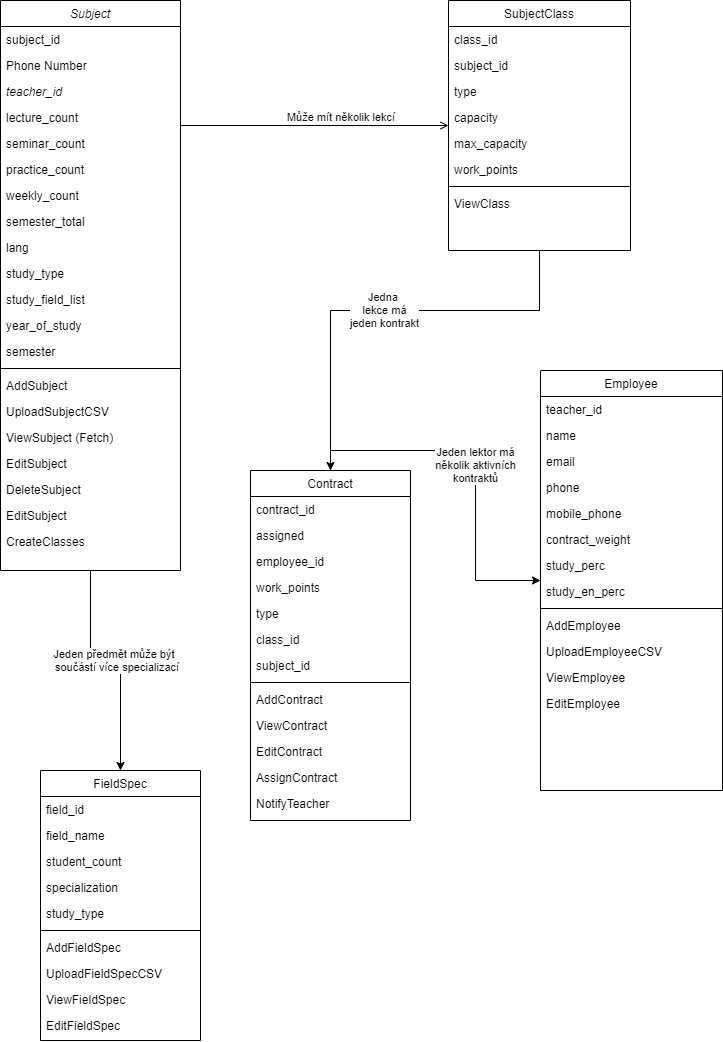
This is preparation/UTBproject.png from zisito/utbpo, a draw.io export, as it was before one commit. Source tidied: cells renumbered, new cells last; positions are measured from the earlier drawing's top-left corner, leaving out a move shared by most shapes.
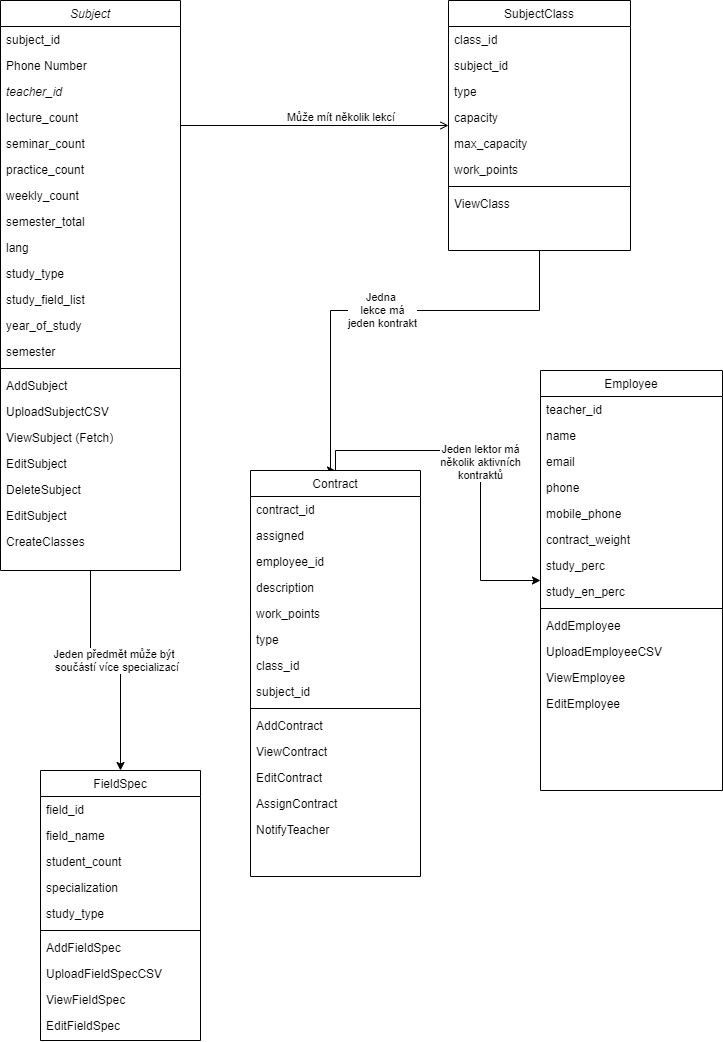
After the change.

What changed in the source:
```diff
@@ -196,46 +196,49 @@
       <mxGeometry y="320" width="182" height="26" as="geometry" />
     </mxCell>
     <mxCell id="63" value="Contract" style="swimlane;fontStyle=0;align=center;verticalAlign=top;horizontal=1;startSize=26;rounded=0;shadow=0;strokeWidth=1;" parent="1" vertex="1">
-      <mxGeometry x="250" y="470" width="160" height="350" as="geometry" />
+      <mxGeometry x="250" y="470" width="170" height="406" as="geometry" />
     </mxCell>
     <mxCell id="64" value="contract_id" style="text;align=left;verticalAlign=top;spacingLeft=4;spacingRight=4;overflow=hidden;" parent="63" vertex="1">
-      <mxGeometry y="26" width="160" height="26" as="geometry" />
+      <mxGeometry y="26" width="170" height="26" as="geometry" />
     </mxCell>
     <mxCell id="65" value="assigned" style="text;align=left;verticalAlign=top;spacingLeft=4;spacingRight=4;overflow=hidden;rounded=0;shadow=0;html=0;" parent="63" vertex="1">
-      <mxGeometry y="52" width="160" height="26" as="geometry" />
+      <mxGeometry y="52" width="170" height="26" as="geometry" />
     </mxCell>
     <mxCell id="66" value="employee_id" style="text;align=left;verticalAlign=top;spacingLeft=4;spacingRight=4;overflow=hidden;" parent="63" vertex="1">
-      <mxGeometry y="78" width="160" height="26" as="geometry" />
+      <mxGeometry y="78" width="170" height="26" as="geometry" />
     </mxCell>
+    <mxCell id="78" value="description" style="text;align=left;verticalAlign=top;spacingLeft=4;spacingRight=4;overflow=hidden;" parent="63" vertex="1">
+      <mxGeometry y="104" width="170" height="26" as="geometry" />
+    </mxCell>
     <mxCell id="67" value="work_points" style="text;align=left;verticalAlign=top;spacingLeft=4;spacingRight=4;overflow=hidden;" parent="63" vertex="1">
-      <mxGeometry y="104" width="160" height="26" as="geometry" />
+      <mxGeometry y="130" width="170" height="26" as="geometry" />
     </mxCell>
     <mxCell id="68" value="type" style="text;align=left;verticalAlign=top;spacingLeft=4;spacingRight=4;overflow=hidden;" parent="63" vertex="1">
-      <mxGeometry y="130" width="160" height="26" as="geometry" />
+      <mxGeometry y="156" width="170" height="26" as="geometry" />
     </mxCell>
     <mxCell id="69" value="class_id" style="text;align=left;verticalAlign=top;spacingLeft=4;spacingRight=4;overflow=hidden;" parent="63" vertex="1">
-      <mxGeometry y="156" width="160" height="26" as="geometry" />
+      <mxGeometry y="182" width="170" height="26" as="geometry" />
     </mxCell>
     <mxCell id="70" value="subject_id" style="text;align=left;verticalAlign=top;spacingLeft=4;spacingRight=4;overflow=hidden;" parent="63" vertex="1">
-      <mxGeometry y="182" width="160" height="26" as="geometry" />
+      <mxGeometry y="208" width="170" height="26" as="geometry" />
     </mxCell>
     <mxCell id="71" style="line;html=1;strokeWidth=1;align=left;verticalAlign=middle;spacingTop=-1;spacingLeft=3;spacingRight=3;labelPosition=right;" parent="63" vertex="1">
-      <mxGeometry y="208" width="160" height="8" as="geometry" />
+      <mxGeometry y="234" width="170" height="8" as="geometry" />
     </mxCell>
     <mxCell id="72" value="AddContract" style="text;align=left;verticalAlign=top;spacingLeft=4;spacingRight=4;overflow=hidden;" parent="63" vertex="1">
-      <mxGeometry y="216" width="160" height="26" as="geometry" />
+      <mxGeometry y="242" width="170" height="26" as="geometry" />
     </mxCell>
     <mxCell id="73" value="ViewContract" style="text;align=left;verticalAlign=top;spacingLeft=4;spacingRight=4;overflow=hidden;" parent="63" vertex="1">
-      <mxGeometry y="242" width="160" height="26" as="geometry" />
+      <mxGeometry y="268" width="170" height="26" as="geometry" />
     </mxCell>
     <mxCell id="74" value="EditContract" style="text;align=left;verticalAlign=top;spacingLeft=4;spacingRight=4;overflow=hidden;" parent="63" vertex="1">
-      <mxGeometry y="268" width="160" height="26" as="geometry" />
+      <mxGeometry y="294" width="170" height="26" as="geometry" />
     </mxCell>
     <mxCell id="75" value="AssignContract" style="text;align=left;verticalAlign=top;spacingLeft=4;spacingRight=4;overflow=hidden;" parent="63" vertex="1">
-      <mxGeometry y="294" width="160" height="26" as="geometry" />
+      <mxGeometry y="320" width="170" height="26" as="geometry" />
     </mxCell>
     <mxCell id="76" value="NotifyTeacher" style="text;align=left;verticalAlign=top;spacingLeft=4;spacingRight=4;overflow=hidden;" parent="63" vertex="1">
-      <mxGeometry y="320" width="160" height="26" as="geometry" />
+      <mxGeometry y="346" width="170" height="60" as="geometry" />
     </mxCell>
     <mxCell id="77" value="Jeden předmět může být&amp;nbsp;&lt;br&gt;&amp;nbsp;součástí více specializací" style="endArrow=none;startArrow=classic;html=1;entryX=0.5;entryY=1;entryDx=0;entryDy=0;exitX=0.5;exitY=0;exitDx=0;exitDy=0;startFill=1;endFill=0;" parent="1" edge="1" source="24" target="2">
       <mxGeometry relative="1" as="geometry">
```
